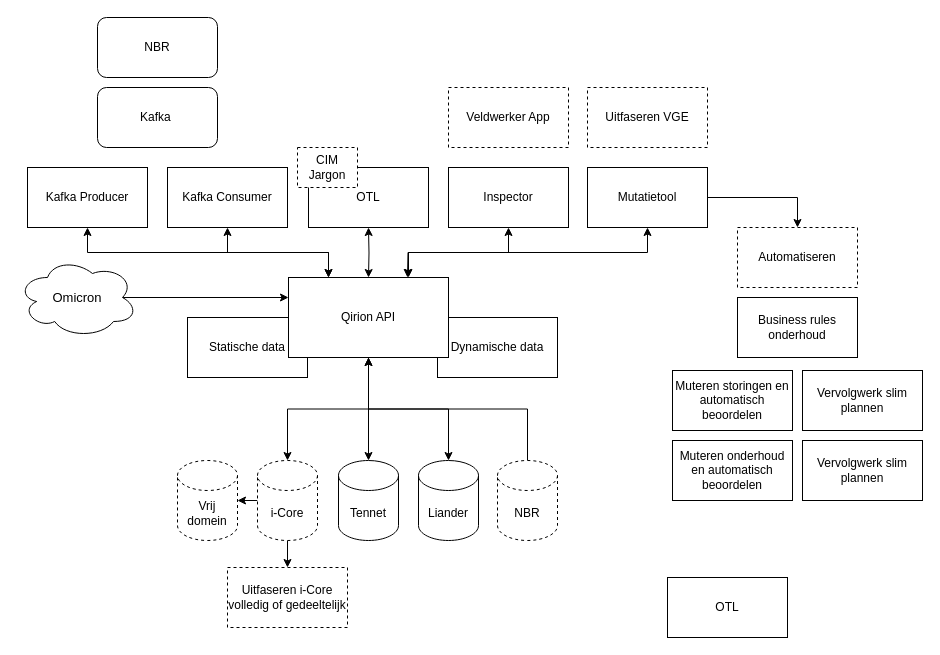
eleemans/react2022 keeps this draw.io diagram as page "Mogelijkheden" (4 of 7) of staticWeb/Untitled Diagram.drawio. Above is the earlier version. Source tidied: cells renumbered, new cells numbered last; positions are measured from the earlier drawing's top-left corner, leaving out a move shared by most shapes. Both pictures are drawn from the tidied source at 100%, with x=0, y=0 at pixel (17, 17).
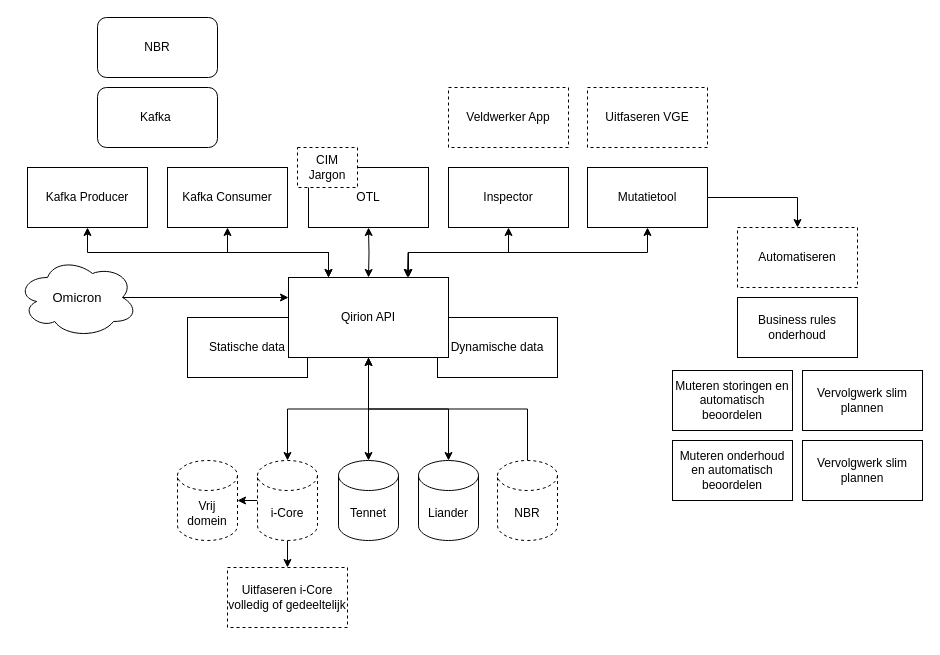
The same page after the edit.

The edit, as a diff of the source:
```diff
@@
-    <mxCell id="40" value="OTL" style="rounded=0;whiteSpace=wrap;html=1;" parent="1" vertex="1">
-      <mxGeometry x="650" y="560" width="120" height="60" as="geometry" />
-    </mxCell>
```
